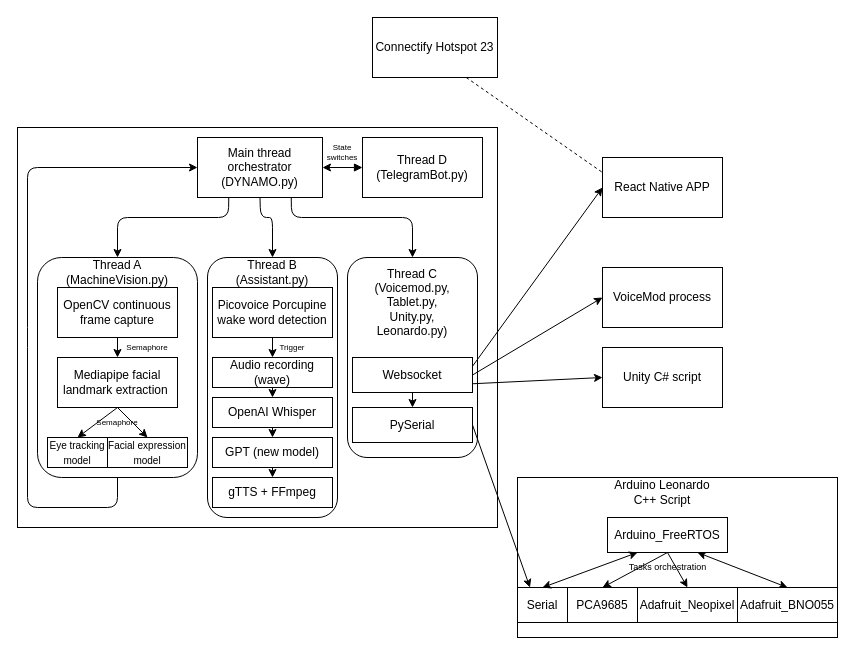
This is Software.drawio from MekhyW/DYNAMO-Electronic_Fursuit-2.0, a draw.io file, before an edit. Source tidied: cells renumbered, new cells numbered last; positions are measured from the earlier drawing's top-left corner, leaving out a move shared by most shapes. Both pictures are drawn from the tidied source at 100%, with x=0, y=0 at pixel (17, 17).
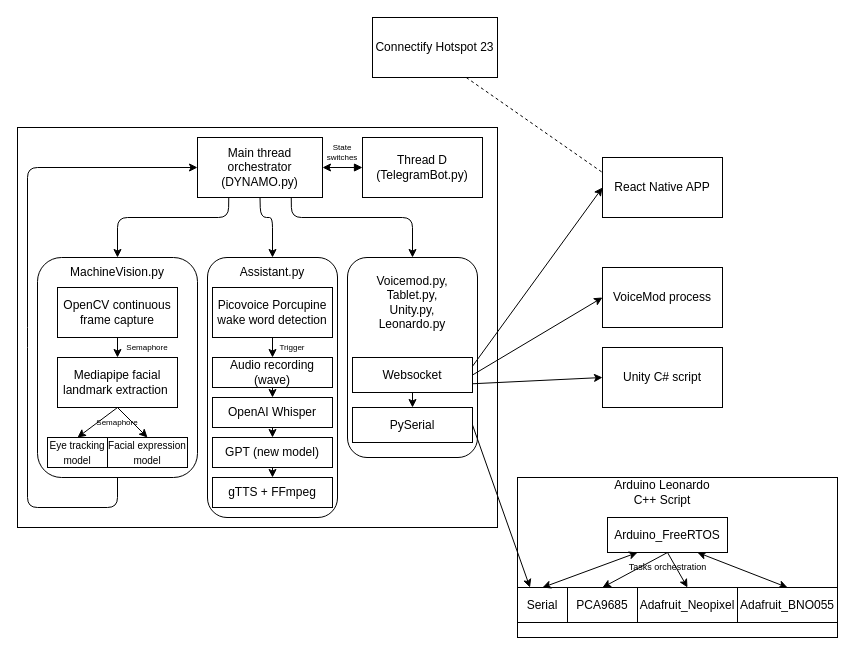
The same diagram, later.

Commit message (it also covers changes not shown here):
Unity integration realtime

Diff of the diagram source:
```diff
@@
-    <mxCell id="17" value="Thread A (MachineVision.py)" style="text;html=1;strokeColor=none;fillColor=none;align=center;verticalAlign=middle;whiteSpace=wrap;rounded=0;fontSize=12;" parent="1" vertex="1">
+    <mxCell id="17" value="MachineVision.py" style="text;html=1;strokeColor=none;fillColor=none;align=center;verticalAlign=middle;whiteSpace=wrap;rounded=0;fontSize=12;" parent="1" vertex="1">
       <mxGeometry x="70" y="240" width="60" height="30" as="geometry" />
     </mxCell>
@@
-    <mxCell id="23" value="Thread B (Assistant.py)" style="text;html=1;strokeColor=none;fillColor=none;align=center;verticalAlign=middle;whiteSpace=wrap;rounded=0;fontSize=12;" parent="1" vertex="1">
+    <mxCell id="23" value="Assistant.py" style="text;html=1;strokeColor=none;fillColor=none;align=center;verticalAlign=middle;whiteSpace=wrap;rounded=0;fontSize=12;" parent="1" vertex="1">
       <mxGeometry x="225" y="240" width="60" height="30" as="geometry" />
     </mxCell>
@@
-    <mxCell id="35" value="Thread C (Voicemod.py, Tablet.py, Unity.py, Leonardo.py)" style="text;html=1;strokeColor=none;fillColor=none;align=center;verticalAlign=middle;whiteSpace=wrap;rounded=0;fontSize=12;" parent="1" vertex="1">
+    <mxCell id="35" value="Voicemod.py, Tablet.py, Unity.py, Leonardo.py" style="text;html=1;strokeColor=none;fillColor=none;align=center;verticalAlign=middle;whiteSpace=wrap;rounded=0;fontSize=12;" parent="1" vertex="1">
       <mxGeometry x="365" y="270" width="60" height="30" as="geometry" />
     </mxCell>
```
